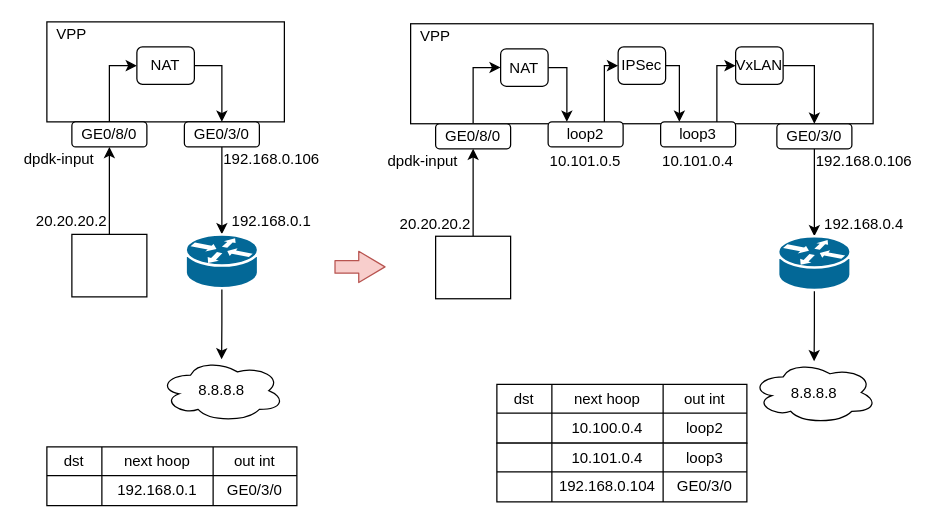
Earlier version of the draw.io diagram vppabftrans.drawio (ctimbai/draw.io). Source tidied: cells renumbered, new cells numbered last; positions are measured from the earlier drawing's top-left corner, leaving out a move shared by most shapes. Both pictures are drawn from the tidied source at 125%, with x=0, y=0 at pixel (21, 21).
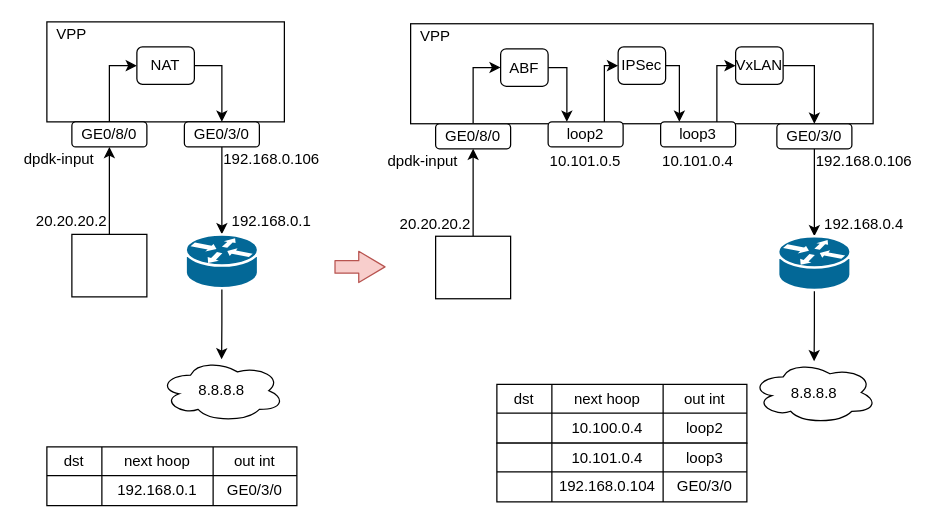
The same page after the edit.

Change to the diagram source:
```diff
@@
-    <mxCell id="39" value="NAT" style="rounded=1;whiteSpace=wrap;html=1;" parent="1" vertex="1">
+    <mxCell id="39" value="ABF" style="rounded=1;whiteSpace=wrap;html=1;" parent="1" vertex="1">
       <mxGeometry x="383" y="21.5" width="38" height="30" as="geometry" />
     </mxCell>
```
